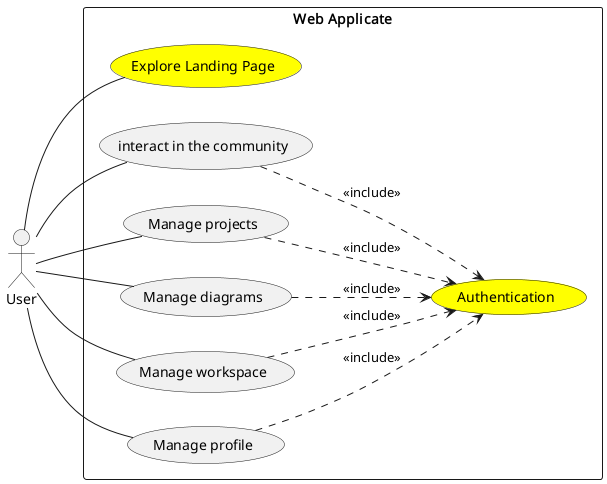
The PlantUML diagram conception/SprintII/use_case_diagrams/use_case_diagram_of_SprintII.png in souhaib-askri/report_pfe, before a commit. Its source is kept beside it as conception/SprintII/use_case_diagrams/use_case_diagram_of_SprintII.puml.
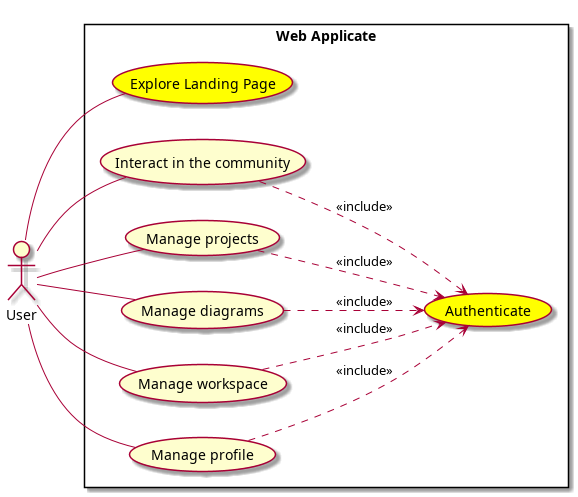
Later version of the same file.

Diff of the diagram source:
```diff
@@ -7,9 +7,9 @@
 
 rectangle "Web Applicate" {
     usecase "Explore Landing Page" as ExploreLandingPage #Yellow
-    usecase "Authentication" as user_auth #Yellow
+    usecase "Authenticate" as user_auth #Yellow
 
-    usecase "interact in the community" as InteractWithCommunity
+    usecase "Interact in the community" as InteractWithCommunity
     usecase "Manage projects" as ManageProjects
     usecase "Manage diagrams" as ManageDiagrams
     usecase "Manage workspace" as ManageWorkspace
```
